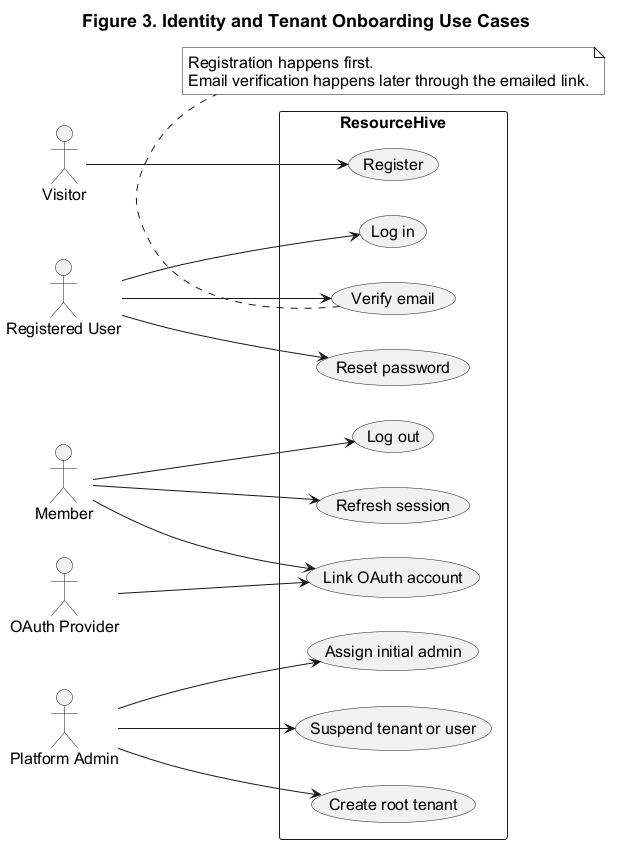
Earlier version of the PlantUML export design-diagrams-2-plantuml/C/png/03-identity-use-cases.png (resourcehive-team/resourcehive).
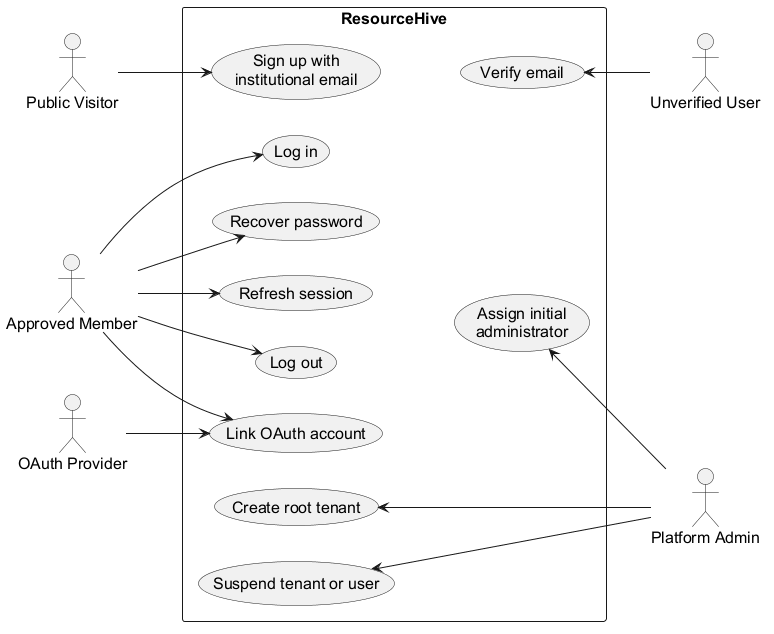
The same file after the commit.

Commit message:
Add architecture document review with detailed corrections and improvements

What changed in the source:
```diff
@@ -1,5 +1,4 @@
 @startuml
-title Figure 3. Identity and Tenant Onboarding Use Cases
 left to right direction
 
 skinparam monochrome true
@@ -7,41 +6,43 @@
 skinparam defaultFontName Arial
 skinparam defaultFontSize 16
 skinparam ArrowFontSize 14
-skinparam TitleFontSize 18
+skinparam shadowing false
 
-actor Visitor
-actor "Registered User" as User
-actor Member
+actor "Public Visitor" as Visitor
+actor "Approved Member" as Member
+actor "OAuth Provider" as OAuth
+actor "Unverified User" as Unverified
 actor "Platform Admin" as Admin
-actor "OAuth Provider" as OAuth
 
-rectangle ResourceHive {
-  usecase "Register" as Register
-  usecase "Verify email" as Verify
+rectangle "ResourceHive" {
+  usecase "Sign up with\ninstitutional email" as Register
   usecase "Log in" as Login
-  usecase "Reset password" as Reset
+  usecase "Recover password" as Recover
   usecase "Refresh session" as Refresh
   usecase "Log out" as Logout
   usecase "Link OAuth account" as LinkOAuth
+  usecase "Verify email" as Verify
+  usecase "Assign initial\nadministrator" as AssignAdmin
   usecase "Create root tenant" as CreateTenant
-  usecase "Assign initial admin" as AssignAdmin
   usecase "Suspend tenant or user" as Suspend
+
+  Register -[hidden]down- Verify
+  Recover -[hidden]down- AssignAdmin
 }
 
 Visitor --> Register
-User --> Verify
-User --> Login
-User --> Reset
+
+Member --> Login
+Member --> Recover
 Member --> Refresh
 Member --> Logout
 Member --> LinkOAuth
+
 OAuth --> LinkOAuth
-Admin --> CreateTenant
-Admin --> AssignAdmin
-Admin --> Suspend
 
-note bottom of Verify
-Registration happens first.
-Email verification happens later through the emailed link.
-end note
+Verify <-- Unverified
+
+AssignAdmin <-- Admin
+CreateTenant <-- Admin
+Suspend <-- Admin
 @enduml
```
